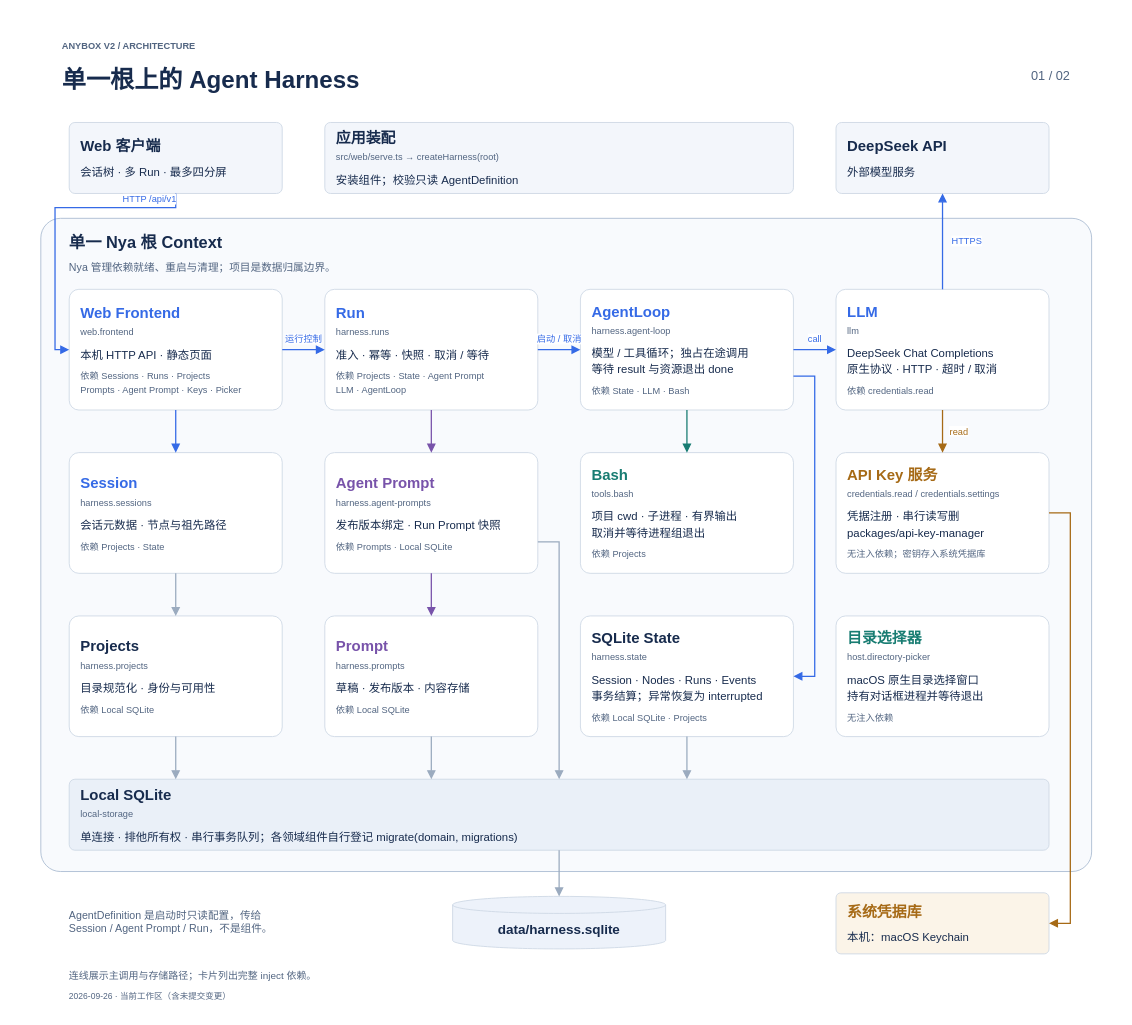
This is page "01 · 组件架构" (1 of 2) of docs/architecture/anybox-architecture.drawio from fanfan-de/AnyboxV2, a draw.io file, before an edit. Source tidied: cells renumbered, new cells numbered last; positions are measured from the earlier drawing's top-left corner, leaving out a move shared by most shapes. Both pictures are drawn from the tidied source at 71%, with x=0, y=0 at pixel (12, 12).
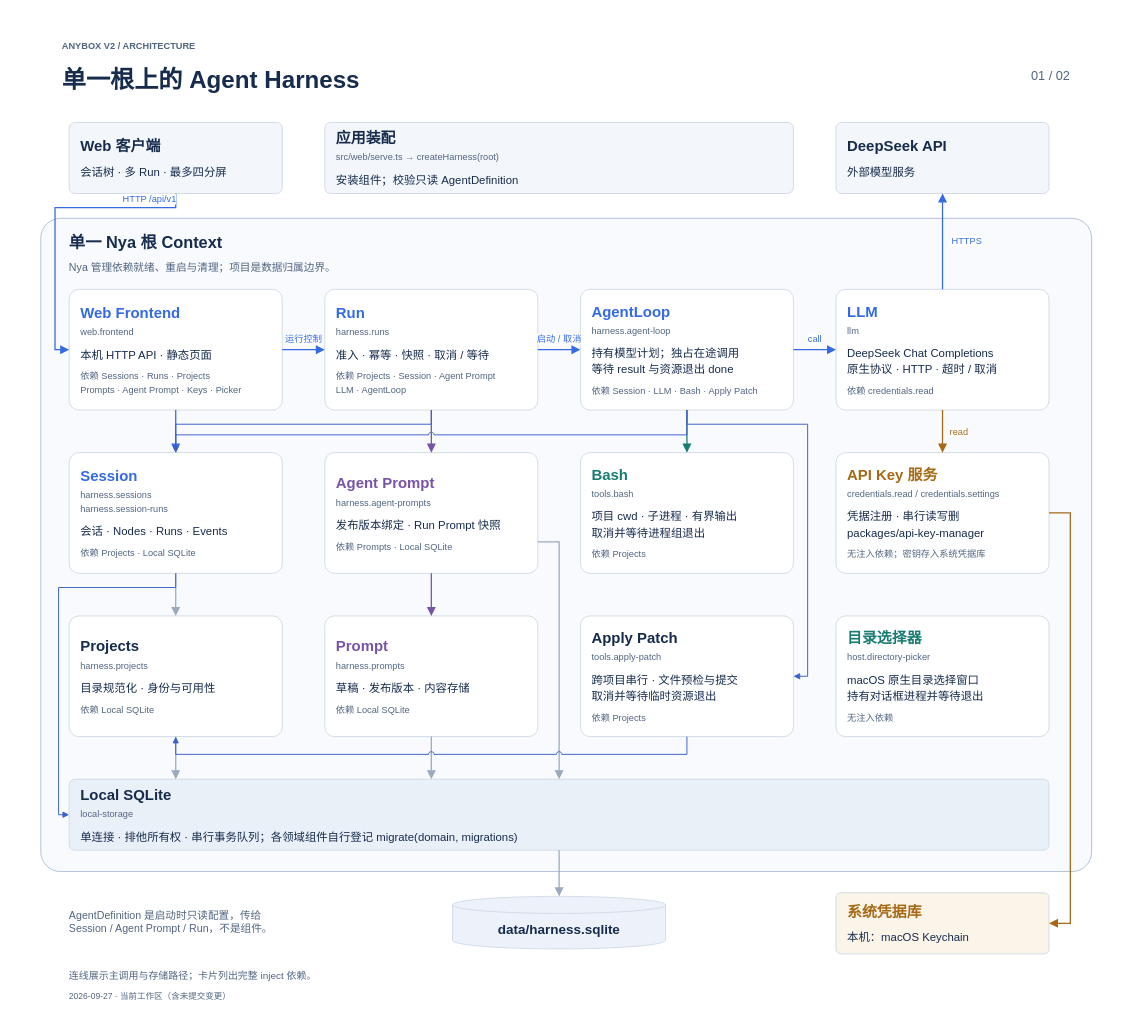
The same diagram, later.

Unchanged cells that the change refers to:
```xml
<mxCell id="9" style="rounded=1;arcSize=8;whiteSpace=wrap;html=1;fontFamily=Helvetica;fontColor=#172B4D;fontSize=16;align=left;verticalAlign=middle;spacing=16;fillColor=#F8FAFD;strokeColor=#A9BAD1;strokeWidth=1.2;rounded=1;arcSize=3;" parent="1" vertex="1">
  <mxGeometry x="40" y="290" width="1480" height="920" as="geometry" />
</mxCell>
<mxCell id="20" value="&lt;div style=&quot;text-align:left;line-height:1.45;color:#172B4D;&quot;&gt;&lt;div style=&quot;font-size:21px;font-weight:700;color:#172B4D;&quot;&gt;Projects&lt;/div&gt;&lt;div style=&quot;font-size:13px;color:#526581;margin-top:3px;&quot;&gt;harness.projects&lt;/div&gt;&lt;div style=&quot;font-size:16px;margin-top:10px;&quot;&gt;目录规范化 · 身份与可用性&lt;/div&gt;&lt;div style=&quot;font-size:13px;color:#526581;margin-top:10px;&quot;&gt;依赖 Local SQLite&lt;/div&gt;&lt;/div&gt;" style="rounded=1;arcSize=8;whiteSpace=wrap;html=1;fontFamily=Helvetica;fontColor=#172B4D;fontSize=16;align=left;verticalAlign=middle;spacing=16;fillColor=#FFFFFF;strokeColor=#CDD7E4;strokeWidth=1.2;" parent="9" vertex="1">
  <mxGeometry x="40" y="560" width="300" height="170" as="geometry" />
</mxCell>
<mxCell id="24" value="&lt;div style=&quot;text-align:left;line-height:1.45;color:#172B4D;&quot;&gt;&lt;div style=&quot;font-size:21px;font-weight:700;color:#172B4D;&quot;&gt;Local SQLite&lt;/div&gt;&lt;div style=&quot;font-size:13px;color:#526581;margin-top:3px;&quot;&gt;local-storage&lt;/div&gt;&lt;div style=&quot;font-size:16px;margin-top:10px;&quot;&gt;单连接 · 排他所有权 · 串行事务队列；各领域组件自行登记 migrate(domain, migrations)&lt;/div&gt;&lt;/div&gt;" style="rounded=1;arcSize=8;whiteSpace=wrap;html=1;fontFamily=Helvetica;fontColor=#172B4D;fontSize=16;align=left;verticalAlign=middle;spacing=16;fillColor=#EAF0F8;strokeColor=#CDD7E4;strokeWidth=1.2;" parent="9" vertex="1">
  <mxGeometry x="40" y="790" width="1380" height="100" as="geometry" />
</mxCell>
```

The edit, as a diff of the source:
```diff
@@
-    <mxCell id="13" value="&lt;div style=&quot;text-align:left;line-height:1.45;color:#172B4D;&quot;&gt;&lt;div style=&quot;font-size:21px;font-weight:700;color:#356AE6;&quot;&gt;Run&lt;/div&gt;&lt;div style=&quot;font-size:13px;color:#526581;margin-top:3px;&quot;&gt;harness.runs&lt;/div&gt;&lt;div style=&quot;font-size:16px;margin-top:10px;&quot;&gt;准入 · 幂等 · 快照 · 取消 / 等待&lt;/div&gt;&lt;div style=&quot;font-size:13px;color:#526581;margin-top:10px;&quot;&gt;依赖 Projects · State · Agent Prompt&lt;br&gt;LLM · AgentLoop&lt;/div&gt;&lt;/div&gt;" style="rounded=1;arcSize=8;whiteSpace=wrap;html=1;fontFamily=Helvetica;fontColor=#172B4D;fontSize=16;align=left;verticalAlign=middle;spacing=16;fillColor=#FFFFFF;strokeColor=#CDD7E4;strokeWidth=1.2;" parent="9" vertex="1">
+    <mxCell id="13" value="&lt;div style=&quot;text-align:left;line-height:1.45;color:#172B4D;&quot;&gt;&lt;div style=&quot;font-size:21px;font-weight:700;color:#356AE6;&quot;&gt;Run&lt;/div&gt;&lt;div style=&quot;font-size:13px;color:#526581;margin-top:3px;&quot;&gt;harness.runs&lt;/div&gt;&lt;div style=&quot;font-size:16px;margin-top:10px;&quot;&gt;准入 · 幂等 · 快照 · 取消 / 等待&lt;/div&gt;&lt;div style=&quot;font-size:13px;color:#526581;margin-top:10px;&quot;&gt;依赖 Projects · Session · Agent Prompt&lt;br&gt;LLM · AgentLoop&lt;/div&gt;&lt;/div&gt;" style="rounded=1;arcSize=8;whiteSpace=wrap;html=1;fontFamily=Helvetica;fontColor=#172B4D;fontSize=16;align=left;verticalAlign=middle;spacing=16;fillColor=#FFFFFF;strokeColor=#CDD7E4;strokeWidth=1.2;" parent="9" vertex="1">
       <mxGeometry x="400" y="100" width="300" height="170" as="geometry" />
     </mxCell>
-    <mxCell id="14" value="&lt;div style=&quot;text-align:left;line-height:1.45;color:#172B4D;&quot;&gt;&lt;div style=&quot;font-size:21px;font-weight:700;color:#356AE6;&quot;&gt;AgentLoop&lt;/div&gt;&lt;div style=&quot;font-size:13px;color:#526581;margin-top:3px;&quot;&gt;harness.agent-loop&lt;/div&gt;&lt;div style=&quot;font-size:16px;margin-top:10px;&quot;&gt;模型 / 工具循环；独占在途调用&lt;br&gt;等待 result 与资源退出 done&lt;/div&gt;&lt;div style=&quot;font-size:13px;color:#526581;margin-top:10px;&quot;&gt;依赖 State · LLM · Bash&lt;/div&gt;&lt;/div&gt;" style="rounded=1;arcSize=8;whiteSpace=wrap;html=1;fontFamily=Helvetica;fontColor=#172B4D;fontSize=16;align=left;verticalAlign=middle;spacing=16;fillColor=#FFFFFF;strokeColor=#CDD7E4;strokeWidth=1.2;" parent="9" vertex="1">
+    <mxCell id="14" value="&lt;div style=&quot;text-align:left;line-height:1.45;color:#172B4D;&quot;&gt;&lt;div style=&quot;font-size:21px;font-weight:700;color:#356AE6;&quot;&gt;AgentLoop&lt;/div&gt;&lt;div style=&quot;font-size:13px;color:#526581;margin-top:3px;&quot;&gt;harness.agent-loop&lt;/div&gt;&lt;div style=&quot;font-size:16px;margin-top:10px;&quot;&gt;持有模型计划；独占在途调用&lt;br&gt;等待 result 与资源退出 done&lt;/div&gt;&lt;div style=&quot;font-size:13px;color:#526581;margin-top:10px;&quot;&gt;依赖 Session · LLM · Bash · Apply Patch&lt;/div&gt;&lt;/div&gt;" style="rounded=1;arcSize=8;whiteSpace=wrap;html=1;fontFamily=Helvetica;fontColor=#172B4D;fontSize=16;align=left;verticalAlign=middle;spacing=16;fillColor=#FFFFFF;strokeColor=#CDD7E4;strokeWidth=1.2;" parent="9" vertex="1">
       <mxGeometry x="760" y="100" width="300" height="170" as="geometry" />
     </mxCell>
@@
-    <mxCell id="16" value="&lt;div style=&quot;text-align:left;line-height:1.45;color:#172B4D;&quot;&gt;&lt;div style=&quot;font-size:21px;font-weight:700;color:#356AE6;&quot;&gt;Session&lt;/div&gt;&lt;div style=&quot;font-size:13px;color:#526581;margin-top:3px;&quot;&gt;harness.sessions&lt;/div&gt;&lt;div style=&quot;font-size:16px;margin-top:10px;&quot;&gt;会话元数据 · 节点与祖先路径&lt;/div&gt;&lt;div style=&quot;font-size:13px;color:#526581;margin-top:10px;&quot;&gt;依赖 Projects · State&lt;/div&gt;&lt;/div&gt;" style="rounded=1;arcSize=8;whiteSpace=wrap;html=1;fontFamily=Helvetica;fontColor=#172B4D;fontSize=16;align=left;verticalAlign=middle;spacing=16;fillColor=#FFFFFF;strokeColor=#CDD7E4;strokeWidth=1.2;" parent="9" vertex="1">
+    <mxCell id="16" value="&lt;div style=&quot;text-align:left;line-height:1.45;color:#172B4D;&quot;&gt;&lt;div style=&quot;font-size:21px;font-weight:700;color:#356AE6;&quot;&gt;Session&lt;/div&gt;&lt;div style=&quot;font-size:13px;color:#526581;margin-top:3px;&quot;&gt;harness.sessions&lt;br&gt;harness.session-runs&lt;/div&gt;&lt;div style=&quot;font-size:16px;margin-top:10px;&quot;&gt;会话 · Nodes · Runs · Events&lt;/div&gt;&lt;div style=&quot;font-size:13px;color:#526581;margin-top:10px;&quot;&gt;依赖 Projects · Local SQLite&lt;/div&gt;&lt;/div&gt;" style="rounded=1;arcSize=8;whiteSpace=wrap;html=1;fontFamily=Helvetica;fontColor=#172B4D;fontSize=16;align=left;verticalAlign=middle;spacing=16;fillColor=#FFFFFF;strokeColor=#CDD7E4;strokeWidth=1.2;" parent="9" vertex="1">
       <mxGeometry x="40" y="330" width="300" height="170" as="geometry" />
     </mxCell>
@@
-    <mxCell id="22" value="&lt;div style=&quot;text-align:left;line-height:1.45;color:#172B4D;&quot;&gt;&lt;div style=&quot;font-size:21px;font-weight:700;color:#172B4D;&quot;&gt;SQLite State&lt;/div&gt;&lt;div style=&quot;font-size:13px;color:#526581;margin-top:3px;&quot;&gt;harness.state&lt;/div&gt;&lt;div style=&quot;font-size:16px;margin-top:10px;&quot;&gt;Session · Nodes · Runs · Events&lt;br&gt;事务结算；异常恢复为 interrupted&lt;/div&gt;&lt;div style=&quot;font-size:13px;color:#526581;margin-top:10px;&quot;&gt;依赖 Local SQLite · Projects&lt;/div&gt;&lt;/div&gt;" style="rounded=1;arcSize=8;whiteSpace=wrap;html=1;fontFamily=Helvetica;fontColor=#172B4D;fontSize=16;align=left;verticalAlign=middle;spacing=16;fillColor=#FFFFFF;strokeColor=#CDD7E4;strokeWidth=1.2;" parent="9" vertex="1">
-      <mxGeometry x="760" y="560" width="300" height="170" as="geometry" />
-    </mxCell>
+    <mxCell id="48" value="&lt;div style=&quot;text-align:left;line-height:1.45;color:#172B4D;&quot;&gt;&lt;div style=&quot;font-size:21px;font-weight:700;color:#172B4D;&quot;&gt;Apply Patch&lt;/div&gt;&lt;div style=&quot;font-size:13px;color:#526581;margin-top:3px;&quot;&gt;tools.apply-patch&lt;/div&gt;&lt;div style=&quot;font-size:16px;margin-top:10px;&quot;&gt;跨项目串行 · 文件预检与提交&lt;br&gt;取消并等待临时资源退出&lt;/div&gt;&lt;div style=&quot;font-size:13px;color:#526581;margin-top:10px;&quot;&gt;依赖 Projects&lt;/div&gt;&lt;/div&gt;" style="rounded=1;arcSize=8;whiteSpace=wrap;html=1;fontFamily=Helvetica;fontColor=#172B4D;fontSize=16;align=left;verticalAlign=middle;spacing=16;fillColor=#FFFFFF;strokeColor=#CDD7E4;strokeWidth=1.2;" parent="9" vertex="1">
+      <mxGeometry x="760" y="560" width="300" height="170" as="geometry" />
+    </mxCell>
@@
-    <mxCell id="29" value="2026-09-26 · 当前工作区（含未提交变更）" style="rounded=1;arcSize=8;whiteSpace=wrap;html=1;fontFamily=Helvetica;fontColor=#172B4D;fontSize=16;align=left;verticalAlign=middle;spacing=16;fillColor=none;strokeColor=none;strokeWidth=1.2;rounded=0;spacing=0;align=left;fontSize=12;fontColor=#526581;fontStyle=0;" parent="1" vertex="1">
+    <mxCell id="29" value="2026-09-27 · 当前工作区（含未提交变更）" style="rounded=1;arcSize=8;whiteSpace=wrap;html=1;fontFamily=Helvetica;fontColor=#172B4D;fontSize=16;align=left;verticalAlign=middle;spacing=16;fillColor=none;strokeColor=none;strokeWidth=1.2;rounded=0;spacing=0;align=left;fontSize=12;fontColor=#526581;fontStyle=0;" parent="1" vertex="1">
       <mxGeometry x="80" y="1376" width="1120" height="20" as="geometry" />
     </mxCell>
@@
-    <mxCell id="40" style="edgeStyle=orthogonalEdgeStyle;rounded=0;jettySize=auto;html=1;endArrow=block;endFill=1;endSize=8;strokeColor=#356AE6;strokeWidth=1.8;fontFamily=Helvetica;fontSize=13;fontColor=#356AE6;labelBackgroundColor=#FFFFFF;exitX=1;exitY=0.72;exitDx=0;exitDy=0;entryX=1;entryY=0.5;entryDx=0;entryDy=0;dashed=0;dashPattern=5 4;jumpStyle=arc;jumpSize=7;" parent="9" edge="1" source="14" target="22">
+    <mxCell id="40" style="edgeStyle=orthogonalEdgeStyle;rounded=0;html=1;endArrow=block;endFill=1;strokeWidth=1.35;strokeColor=#3B61C8;jumpStyle=arc;jumpSize=7;" parent="9" edge="1" source="14" target="16">
       <mxGeometry relative="1" as="geometry">
         <Array as="points">
-          <mxPoint x="1090" y="222.4" />
-          <mxPoint x="1090" y="645" />
+          <mxPoint x="740" y="305" />
+          <mxPoint x="360" y="305" />
         </Array>
       </mxGeometry>
     </mxCell>
@@
-    <mxCell id="44" style="edgeStyle=orthogonalEdgeStyle;rounded=0;jettySize=auto;html=1;endArrow=block;endFill=1;endSize=8;strokeColor=#9BABBF;strokeWidth=1.8;fontFamily=Helvetica;fontSize=13;fontColor=#9BABBF;labelBackgroundColor=#FFFFFF;exitX=0.5;exitY=1;exitDx=0;exitDy=0;entryX=0.6304347826086957;entryY=0;entryDx=0;entryDy=0;dashed=0;dashPattern=5 4;jumpStyle=arc;jumpSize=7;" parent="9" edge="1" source="22" target="24">
-      <mxGeometry relative="1" as="geometry" />
+    <mxCell id="44" style="edgeStyle=orthogonalEdgeStyle;rounded=0;html=1;endArrow=block;endFill=1;strokeWidth=1.35;strokeColor=#3B61C8;jumpStyle=arc;jumpSize=7;" parent="9" edge="1" source="16" target="24">
+      <mxGeometry relative="1" as="geometry">
+        <Array as="points">
+          <mxPoint x="25" y="520" />
+          <mxPoint x="25" y="840" />
+        </Array>
+      </mxGeometry>
     </mxCell>
@@
+    <mxCell id="49" style="edgeStyle=orthogonalEdgeStyle;rounded=0;html=1;endArrow=block;endFill=1;strokeWidth=1.35;strokeColor=#3B61C8;jumpStyle=arc;jumpSize=7;" parent="9" edge="1" source="13" target="16">
+      <mxGeometry relative="1" as="geometry">
+        <Array as="points">
+          <mxPoint x="375" y="290" />
+          <mxPoint x="360" y="290" />
+        </Array>
+      </mxGeometry>
+    </mxCell>
+    <mxCell id="50" style="edgeStyle=orthogonalEdgeStyle;rounded=0;html=1;endArrow=block;endFill=1;strokeWidth=1.35;strokeColor=#3B61C8;jumpStyle=arc;jumpSize=7;" parent="9" edge="1" source="14" target="48">
+      <mxGeometry relative="1" as="geometry">
+        <Array as="points">
+          <mxPoint x="1080" y="290" />
+          <mxPoint x="1080" y="645" />
+        </Array>
+      </mxGeometry>
+    </mxCell>
+    <mxCell id="51" style="edgeStyle=orthogonalEdgeStyle;rounded=0;html=1;endArrow=block;endFill=1;strokeWidth=1.35;strokeColor=#3B61C8;jumpStyle=arc;jumpSize=7;" parent="9" edge="1" source="48" target="20">
+      <mxGeometry relative="1" as="geometry">
+        <Array as="points">
+          <mxPoint x="730" y="755" />
+          <mxPoint x="370" y="755" />
+        </Array>
+      </mxGeometry>
+    </mxCell>
```
